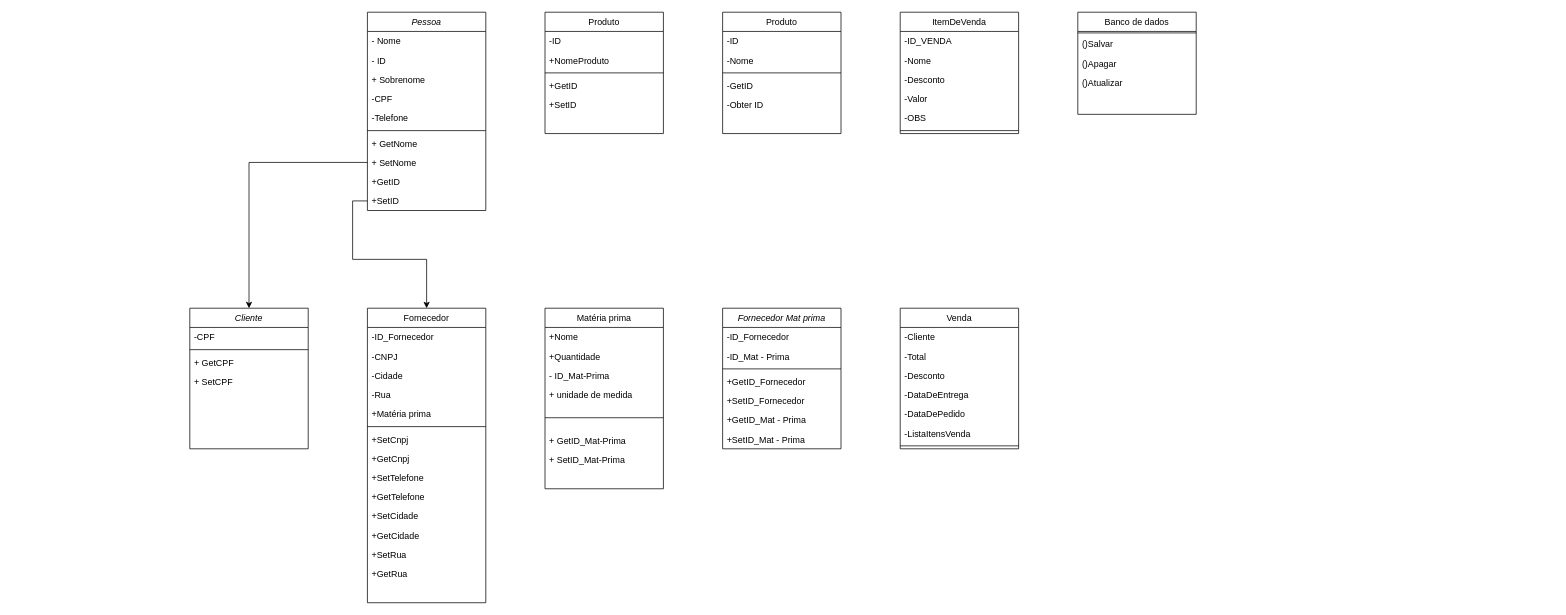
This is page "Page-1" (1 of 2) of classes/classes.drawio from Brazuca17/appEquipe, a draw.io file, before an edit. Source tidied: cells renumbered, new cells numbered last; positions are measured from the earlier drawing's top-left corner, leaving out a move shared by most shapes. Both pictures are drawn from the tidied source at 74%, with x=0, y=0 at pixel (189, 12).
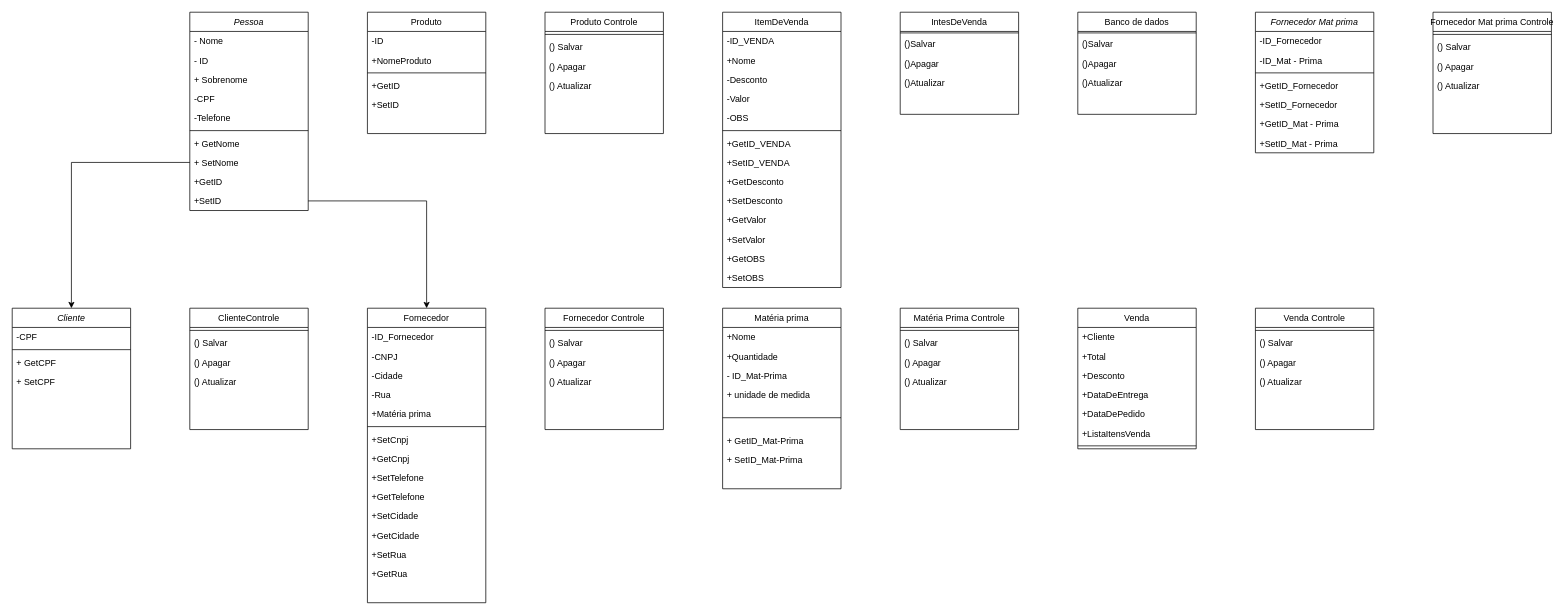
The same diagram, later.

Commit message:
trabalho finalizado

Change to the diagram source:
```diff
@@
     <mxCell id="2" value="Cliente" style="swimlane;fontStyle=2;align=center;verticalAlign=top;horizontal=1;startSize=26;rounded=0;shadow=0;strokeWidth=1;" parent="1" vertex="1">
-      <mxGeometry y="400" width="160" height="190" as="geometry" />
+      <mxGeometry x="-240" y="400" width="160" height="190" as="geometry" />
     </mxCell>
@@
     <mxCell id="12" value="Matéria prima" style="swimlane;fontStyle=0;align=center;verticalAlign=top;horizontal=1;startSize=26;rounded=0;shadow=0;strokeWidth=1;" parent="1" vertex="1">
-      <mxGeometry x="480" y="400" width="160" height="244" as="geometry" />
+      <mxGeometry x="720" y="400" width="160" height="244" as="geometry" />
     </mxCell>
@@
     <mxCell id="35" value="Pessoa" style="swimlane;fontStyle=2;align=center;verticalAlign=top;horizontal=1;startSize=26;rounded=0;shadow=0;strokeWidth=1;" parent="1" vertex="1">
-      <mxGeometry x="240" width="160" height="268" as="geometry" />
+      <mxGeometry width="160" height="268" as="geometry" />
     </mxCell>
@@
     <mxCell id="47" value="Fornecedor Mat prima" style="swimlane;fontStyle=2;align=center;verticalAlign=top;horizontal=1;startSize=26;rounded=0;shadow=0;strokeWidth=1;" parent="1" vertex="1">
-      <mxGeometry x="720" y="400" width="160" height="190" as="geometry" />
+      <mxGeometry x="1440" width="160" height="190" as="geometry" />
     </mxCell>
@@
-    <mxCell id="55" value="Produto" style="swimlane;fontStyle=0;align=center;verticalAlign=top;horizontal=1;startSize=26;rounded=0;shadow=0;strokeWidth=1;" parent="1" vertex="1">
-      <mxGeometry x="720" width="160" height="164" as="geometry" />
-    </mxCell>
-    <mxCell id="56" value="-ID" style="text;align=left;verticalAlign=top;spacingLeft=4;spacingRight=4;overflow=hidden;rounded=0;shadow=0;html=0;" parent="55" vertex="1">
-      <mxGeometry y="26" width="160" height="26" as="geometry" />
-    </mxCell>
-    <mxCell id="57" value="-Nome" style="text;align=left;verticalAlign=top;spacingLeft=4;spacingRight=4;overflow=hidden;rounded=0;shadow=0;html=0;" parent="55" vertex="1">
-      <mxGeometry y="52" width="160" height="26" as="geometry" />
-    </mxCell>
-    <mxCell id="58" style="line;html=1;strokeWidth=1;align=left;verticalAlign=middle;spacingTop=-1;spacingLeft=3;spacingRight=3;labelPosition=right;" parent="55" vertex="1">
-      <mxGeometry y="78" width="160" height="8" as="geometry" />
-    </mxCell>
-    <mxCell id="59" value="-GetID" style="text;align=left;verticalAlign=top;spacingLeft=4;spacingRight=4;overflow=hidden;rounded=0;shadow=0;html=0;" parent="55" vertex="1">
-      <mxGeometry y="86" width="160" height="26" as="geometry" />
-    </mxCell>
-    <mxCell id="60" value="-Obter ID" style="text;align=left;verticalAlign=top;spacingLeft=4;spacingRight=4;overflow=hidden;rounded=0;shadow=0;html=0;" parent="55" vertex="1">
-      <mxGeometry y="112" width="160" height="26" as="geometry" />
-    </mxCell>
     <mxCell id="61" value="ItemDeVenda" style="swimlane;fontStyle=0;align=center;verticalAlign=top;horizontal=1;startSize=26;rounded=0;shadow=0;strokeWidth=1;" parent="1" vertex="1">
-      <mxGeometry x="960" width="160" height="164" as="geometry" />
+      <mxGeometry x="720" width="160" height="372" as="geometry" />
     </mxCell>
@@
-    <mxCell id="63" value="-Nome" style="text;align=left;verticalAlign=top;spacingLeft=4;spacingRight=4;overflow=hidden;rounded=0;shadow=0;html=0;" parent="61" vertex="1">
+    <mxCell id="63" value="+Nome" style="text;align=left;verticalAlign=top;spacingLeft=4;spacingRight=4;overflow=hidden;rounded=0;shadow=0;html=0;" parent="61" vertex="1">
       <mxGeometry y="52" width="160" height="26" as="geometry" />
     </mxCell>
@@
+    <mxCell id="83" value="+GetID_VENDA" style="text;align=left;verticalAlign=top;spacingLeft=4;spacingRight=4;overflow=hidden;rounded=0;shadow=0;html=0;" parent="61" vertex="1">
+      <mxGeometry y="164" width="160" height="26" as="geometry" />
+    </mxCell>
+    <mxCell id="84" value="+SetID_VENDA" style="text;align=left;verticalAlign=top;spacingLeft=4;spacingRight=4;overflow=hidden;rounded=0;shadow=0;html=0;" parent="61" vertex="1">
+      <mxGeometry y="190" width="160" height="26" as="geometry" />
+    </mxCell>
+    <mxCell id="85" value="+GetDesconto" style="text;align=left;verticalAlign=top;spacingLeft=4;spacingRight=4;overflow=hidden;rounded=0;shadow=0;html=0;" parent="61" vertex="1">
+      <mxGeometry y="216" width="160" height="26" as="geometry" />
+    </mxCell>
+    <mxCell id="86" value="+SetDesconto" style="text;align=left;verticalAlign=top;spacingLeft=4;spacingRight=4;overflow=hidden;rounded=0;shadow=0;html=0;" parent="61" vertex="1">
+      <mxGeometry y="242" width="160" height="26" as="geometry" />
+    </mxCell>
+    <mxCell id="87" value="+GetValor" style="text;align=left;verticalAlign=top;spacingLeft=4;spacingRight=4;overflow=hidden;rounded=0;shadow=0;html=0;" parent="61" vertex="1">
+      <mxGeometry y="268" width="160" height="26" as="geometry" />
+    </mxCell>
+    <mxCell id="88" value="+SetValor" style="text;align=left;verticalAlign=top;spacingLeft=4;spacingRight=4;overflow=hidden;rounded=0;shadow=0;html=0;" parent="61" vertex="1">
+      <mxGeometry y="294" width="160" height="26" as="geometry" />
+    </mxCell>
+    <mxCell id="89" value="+GetOBS" style="text;align=left;verticalAlign=top;spacingLeft=4;spacingRight=4;overflow=hidden;rounded=0;shadow=0;html=0;" parent="61" vertex="1">
+      <mxGeometry y="320" width="160" height="26" as="geometry" />
+    </mxCell>
+    <mxCell id="90" value="+SetOBS" style="text;align=left;verticalAlign=top;spacingLeft=4;spacingRight=4;overflow=hidden;rounded=0;shadow=0;html=0;" parent="61" vertex="1">
+      <mxGeometry y="346" width="160" height="26" as="geometry" />
+    </mxCell>
     <mxCell id="68" value="Venda" style="swimlane;fontStyle=0;align=center;verticalAlign=top;horizontal=1;startSize=26;rounded=0;shadow=0;strokeWidth=1;" parent="1" vertex="1">
-      <mxGeometry x="960" y="400" width="160" height="190" as="geometry" />
+      <mxGeometry x="1200" y="400" width="160" height="190" as="geometry" />
     </mxCell>
-    <mxCell id="69" value="-Cliente" style="text;align=left;verticalAlign=top;spacingLeft=4;spacingRight=4;overflow=hidden;rounded=0;shadow=0;html=0;" parent="68" vertex="1">
+    <mxCell id="69" value="+Cliente" style="text;align=left;verticalAlign=top;spacingLeft=4;spacingRight=4;overflow=hidden;rounded=0;shadow=0;html=0;" parent="68" vertex="1">
       <mxGeometry y="26" width="160" height="26" as="geometry" />
     </mxCell>
-    <mxCell id="70" value="-Total" style="text;align=left;verticalAlign=top;spacingLeft=4;spacingRight=4;overflow=hidden;rounded=0;shadow=0;html=0;" parent="68" vertex="1">
+    <mxCell id="70" value="+Total" style="text;align=left;verticalAlign=top;spacingLeft=4;spacingRight=4;overflow=hidden;rounded=0;shadow=0;html=0;" parent="68" vertex="1">
       <mxGeometry y="52" width="160" height="26" as="geometry" />
     </mxCell>
-    <mxCell id="71" value="-Desconto" style="text;align=left;verticalAlign=top;spacingLeft=4;spacingRight=4;overflow=hidden;rounded=0;shadow=0;html=0;" parent="68" vertex="1">
+    <mxCell id="71" value="+Desconto" style="text;align=left;verticalAlign=top;spacingLeft=4;spacingRight=4;overflow=hidden;rounded=0;shadow=0;html=0;" parent="68" vertex="1">
       <mxGeometry y="78" width="160" height="26" as="geometry" />
     </mxCell>
-    <mxCell id="72" value="-DataDeEntrega" style="text;align=left;verticalAlign=top;spacingLeft=4;spacingRight=4;overflow=hidden;rounded=0;shadow=0;html=0;" parent="68" vertex="1">
+    <mxCell id="72" value="+DataDeEntrega" style="text;align=left;verticalAlign=top;spacingLeft=4;spacingRight=4;overflow=hidden;rounded=0;shadow=0;html=0;" parent="68" vertex="1">
       <mxGeometry y="104" width="160" height="26" as="geometry" />
     </mxCell>
-    <mxCell id="73" value="-DataDePedido" style="text;align=left;verticalAlign=top;spacingLeft=4;spacingRight=4;overflow=hidden;rounded=0;shadow=0;html=0;" parent="68" vertex="1">
+    <mxCell id="73" value="+DataDePedido" style="text;align=left;verticalAlign=top;spacingLeft=4;spacingRight=4;overflow=hidden;rounded=0;shadow=0;html=0;" parent="68" vertex="1">
       <mxGeometry y="130" width="160" height="26" as="geometry" />
     </mxCell>
-    <mxCell id="74" value="-ListaItensVenda" style="text;align=left;verticalAlign=top;spacingLeft=4;spacingRight=4;overflow=hidden;rounded=0;shadow=0;html=0;" parent="68" vertex="1">
+    <mxCell id="74" value="+ListaItensVenda" style="text;align=left;verticalAlign=top;spacingLeft=4;spacingRight=4;overflow=hidden;rounded=0;shadow=0;html=0;" parent="68" vertex="1">
       <mxGeometry y="156" width="160" height="26" as="geometry" />
     </mxCell>
@@
     <mxCell id="77" value="Produto" style="swimlane;fontStyle=0;align=center;verticalAlign=top;horizontal=1;startSize=26;rounded=0;shadow=0;strokeWidth=1;" parent="1" vertex="1">
-      <mxGeometry x="480" width="160" height="164" as="geometry" />
+      <mxGeometry x="240" width="160" height="164" as="geometry" />
     </mxCell>
@@
+    <mxCell id="91" value="ClienteControle" style="swimlane;fontStyle=0;align=center;verticalAlign=top;horizontal=1;startSize=26;rounded=0;shadow=0;strokeWidth=1;" parent="1" vertex="1">
+      <mxGeometry y="400" width="160" height="164" as="geometry" />
+    </mxCell>
+    <mxCell id="92" style="line;html=1;strokeWidth=1;align=left;verticalAlign=middle;spacingTop=-1;spacingLeft=3;spacingRight=3;labelPosition=right;" parent="91" vertex="1">
+      <mxGeometry y="26" width="160" height="8" as="geometry" />
+    </mxCell>
+    <mxCell id="93" value="() Salvar" style="text;align=left;verticalAlign=top;spacingLeft=4;spacingRight=4;overflow=hidden;rounded=0;shadow=0;html=0;" parent="91" vertex="1">
+      <mxGeometry y="34" width="160" height="26" as="geometry" />
+    </mxCell>
+    <mxCell id="94" value="() Apagar" style="text;align=left;verticalAlign=top;spacingLeft=4;spacingRight=4;overflow=hidden;rounded=0;shadow=0;html=0;" parent="91" vertex="1">
+      <mxGeometry y="60" width="160" height="26" as="geometry" />
+    </mxCell>
+    <mxCell id="95" value="() Atualizar" style="text;align=left;verticalAlign=top;spacingLeft=4;spacingRight=4;overflow=hidden;rounded=0;shadow=0;html=0;" parent="91" vertex="1">
+      <mxGeometry y="86" width="160" height="26" as="geometry" />
+    </mxCell>
+    <mxCell id="96" value="Fornecedor Controle" style="swimlane;fontStyle=0;align=center;verticalAlign=top;horizontal=1;startSize=26;rounded=0;shadow=0;strokeWidth=1;" parent="1" vertex="1">
+      <mxGeometry x="480" y="400" width="160" height="164" as="geometry" />
+    </mxCell>
+    <mxCell id="97" style="line;html=1;strokeWidth=1;align=left;verticalAlign=middle;spacingTop=-1;spacingLeft=3;spacingRight=3;labelPosition=right;" parent="96" vertex="1">
+      <mxGeometry y="26" width="160" height="8" as="geometry" />
+    </mxCell>
+    <mxCell id="98" value="() Salvar" style="text;align=left;verticalAlign=top;spacingLeft=4;spacingRight=4;overflow=hidden;rounded=0;shadow=0;html=0;" parent="96" vertex="1">
+      <mxGeometry y="34" width="160" height="26" as="geometry" />
+    </mxCell>
+    <mxCell id="99" value="() Apagar" style="text;align=left;verticalAlign=top;spacingLeft=4;spacingRight=4;overflow=hidden;rounded=0;shadow=0;html=0;" parent="96" vertex="1">
+      <mxGeometry y="60" width="160" height="26" as="geometry" />
+    </mxCell>
+    <mxCell id="100" value="() Atualizar" style="text;align=left;verticalAlign=top;spacingLeft=4;spacingRight=4;overflow=hidden;rounded=0;shadow=0;html=0;" parent="96" vertex="1">
+      <mxGeometry y="86" width="160" height="26" as="geometry" />
+    </mxCell>
+    <mxCell id="101" value="Matéria Prima Controle" style="swimlane;fontStyle=0;align=center;verticalAlign=top;horizontal=1;startSize=26;rounded=0;shadow=0;strokeWidth=1;" parent="1" vertex="1">
+      <mxGeometry x="960" y="400" width="160" height="164" as="geometry" />
+    </mxCell>
+    <mxCell id="102" style="line;html=1;strokeWidth=1;align=left;verticalAlign=middle;spacingTop=-1;spacingLeft=3;spacingRight=3;labelPosition=right;" parent="101" vertex="1">
+      <mxGeometry y="26" width="160" height="8" as="geometry" />
+    </mxCell>
+    <mxCell id="103" value="() Salvar" style="text;align=left;verticalAlign=top;spacingLeft=4;spacingRight=4;overflow=hidden;rounded=0;shadow=0;html=0;" parent="101" vertex="1">
+      <mxGeometry y="34" width="160" height="26" as="geometry" />
+    </mxCell>
+    <mxCell id="104" value="() Apagar" style="text;align=left;verticalAlign=top;spacingLeft=4;spacingRight=4;overflow=hidden;rounded=0;shadow=0;html=0;" parent="101" vertex="1">
+      <mxGeometry y="60" width="160" height="26" as="geometry" />
+    </mxCell>
+    <mxCell id="105" value="() Atualizar" style="text;align=left;verticalAlign=top;spacingLeft=4;spacingRight=4;overflow=hidden;rounded=0;shadow=0;html=0;" parent="101" vertex="1">
+      <mxGeometry y="86" width="160" height="26" as="geometry" />
+    </mxCell>
+    <mxCell id="106" value="Produto Controle" style="swimlane;fontStyle=0;align=center;verticalAlign=top;horizontal=1;startSize=26;rounded=0;shadow=0;strokeWidth=1;" parent="1" vertex="1">
+      <mxGeometry x="480" width="160" height="164" as="geometry" />
+    </mxCell>
+    <mxCell id="107" style="line;html=1;strokeWidth=1;align=left;verticalAlign=middle;spacingTop=-1;spacingLeft=3;spacingRight=3;labelPosition=right;" parent="106" vertex="1">
+      <mxGeometry y="26" width="160" height="8" as="geometry" />
+    </mxCell>
+    <mxCell id="108" value="() Salvar" style="text;align=left;verticalAlign=top;spacingLeft=4;spacingRight=4;overflow=hidden;rounded=0;shadow=0;html=0;" parent="106" vertex="1">
+      <mxGeometry y="34" width="160" height="26" as="geometry" />
+    </mxCell>
+    <mxCell id="109" value="() Apagar" style="text;align=left;verticalAlign=top;spacingLeft=4;spacingRight=4;overflow=hidden;rounded=0;shadow=0;html=0;" parent="106" vertex="1">
+      <mxGeometry y="60" width="160" height="26" as="geometry" />
+    </mxCell>
+    <mxCell id="110" value="() Atualizar" style="text;align=left;verticalAlign=top;spacingLeft=4;spacingRight=4;overflow=hidden;rounded=0;shadow=0;html=0;" parent="106" vertex="1">
+      <mxGeometry y="86" width="160" height="26" as="geometry" />
+    </mxCell>
+    <mxCell id="111" value="Venda Controle" style="swimlane;fontStyle=0;align=center;verticalAlign=top;horizontal=1;startSize=26;rounded=0;shadow=0;strokeWidth=1;" parent="1" vertex="1">
+      <mxGeometry x="1440" y="400" width="160" height="164" as="geometry" />
+    </mxCell>
+    <mxCell id="112" style="line;html=1;strokeWidth=1;align=left;verticalAlign=middle;spacingTop=-1;spacingLeft=3;spacingRight=3;labelPosition=right;" parent="111" vertex="1">
+      <mxGeometry y="26" width="160" height="8" as="geometry" />
+    </mxCell>
+    <mxCell id="113" value="() Salvar" style="text;align=left;verticalAlign=top;spacingLeft=4;spacingRight=4;overflow=hidden;rounded=0;shadow=0;html=0;" parent="111" vertex="1">
+      <mxGeometry y="34" width="160" height="26" as="geometry" />
+    </mxCell>
+    <mxCell id="114" value="() Apagar" style="text;align=left;verticalAlign=top;spacingLeft=4;spacingRight=4;overflow=hidden;rounded=0;shadow=0;html=0;" parent="111" vertex="1">
+      <mxGeometry y="60" width="160" height="26" as="geometry" />
+    </mxCell>
+    <mxCell id="115" value="() Atualizar" style="text;align=left;verticalAlign=top;spacingLeft=4;spacingRight=4;overflow=hidden;rounded=0;shadow=0;html=0;" parent="111" vertex="1">
+      <mxGeometry y="86" width="160" height="26" as="geometry" />
+    </mxCell>
+    <mxCell id="116" value="Fornecedor Mat prima Controle" style="swimlane;fontStyle=0;align=center;verticalAlign=top;horizontal=1;startSize=26;rounded=0;shadow=0;strokeWidth=1;" parent="1" vertex="1">
+      <mxGeometry x="1680" width="160" height="164" as="geometry" />
+    </mxCell>
+    <mxCell id="117" style="line;html=1;strokeWidth=1;align=left;verticalAlign=middle;spacingTop=-1;spacingLeft=3;spacingRight=3;labelPosition=right;" parent="116" vertex="1">
+      <mxGeometry y="26" width="160" height="8" as="geometry" />
+    </mxCell>
+    <mxCell id="118" value="() Salvar" style="text;align=left;verticalAlign=top;spacingLeft=4;spacingRight=4;overflow=hidden;rounded=0;shadow=0;html=0;" parent="116" vertex="1">
+      <mxGeometry y="34" width="160" height="26" as="geometry" />
+    </mxCell>
+    <mxCell id="119" value="() Apagar" style="text;align=left;verticalAlign=top;spacingLeft=4;spacingRight=4;overflow=hidden;rounded=0;shadow=0;html=0;" parent="116" vertex="1">
+      <mxGeometry y="60" width="160" height="26" as="geometry" />
+    </mxCell>
+    <mxCell id="120" value="() Atualizar" style="text;align=left;verticalAlign=top;spacingLeft=4;spacingRight=4;overflow=hidden;rounded=0;shadow=0;html=0;" parent="116" vertex="1">
+      <mxGeometry y="86" width="160" height="26" as="geometry" />
+    </mxCell>
+    <mxCell id="121" value="IntesDeVenda" style="swimlane;fontStyle=0;align=center;verticalAlign=top;horizontal=1;startSize=26;rounded=0;shadow=0;strokeWidth=1;" parent="1" vertex="1">
+      <mxGeometry x="960" width="160" height="138" as="geometry" />
+    </mxCell>
+    <mxCell id="122" style="line;html=1;strokeWidth=1;align=left;verticalAlign=middle;spacingTop=-1;spacingLeft=3;spacingRight=3;labelPosition=right;" parent="121" vertex="1">
+      <mxGeometry y="26" width="160" height="4" as="geometry" />
+    </mxCell>
+    <mxCell id="123" value="()Salvar" style="text;align=left;verticalAlign=top;spacingLeft=4;spacingRight=4;overflow=hidden;rounded=0;shadow=0;html=0;" parent="121" vertex="1">
+      <mxGeometry y="30" width="160" height="26" as="geometry" />
+    </mxCell>
+    <mxCell id="124" value="()Apagar" style="text;align=left;verticalAlign=top;spacingLeft=4;spacingRight=4;overflow=hidden;rounded=0;shadow=0;html=0;" parent="121" vertex="1">
+      <mxGeometry y="56" width="160" height="26" as="geometry" />
+    </mxCell>
+    <mxCell id="125" value="()Atualizar" style="text;align=left;verticalAlign=top;spacingLeft=4;spacingRight=4;overflow=hidden;rounded=0;shadow=0;html=0;" parent="121" vertex="1">
+      <mxGeometry y="82" width="160" height="26" as="geometry" />
+    </mxCell>
```
